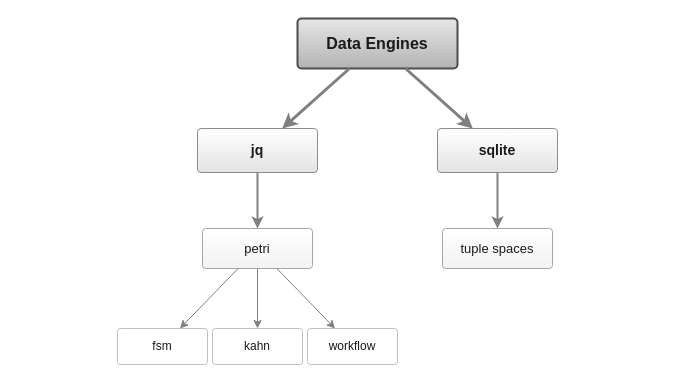
Robot-Wranglers/ape-make keeps this draw.io diagram as docs/img/data-engines.drawio. Above is the earlier version. Source tidied: cells renumbered, new cells numbered last; positions are measured from the earlier drawing's top-left corner, leaving out a move shared by most shapes. Both pictures are drawn from the tidied source at 100%, with x=0, y=0 at pixel (117, 18).
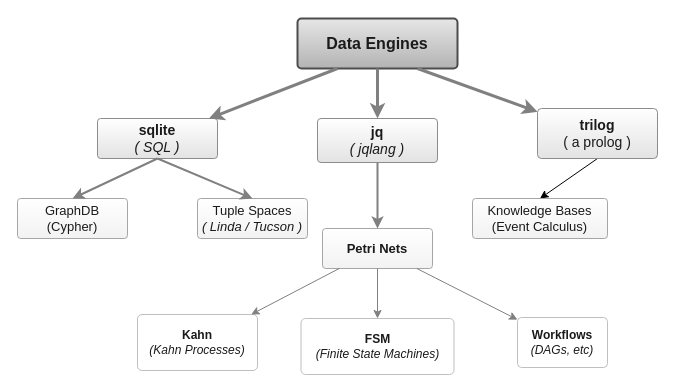
After the change.

The change refers to these unchanged cells:
```xml
<mxCell id="2" value="&lt;b&gt;Data Engines&lt;/b&gt;" style="rounded=1;arcSize=8;whiteSpace=wrap;html=1;fillColor=#E6E6E6;gradientColor=#B3B3B3;strokeColor=#4D4D4D;fontColor=#1a1a1a;fontSize=16;strokeWidth=2;" parent="1" vertex="1">
  <mxGeometry x="180" width="160" height="50" as="geometry" />
</mxCell>
```

Diff of the diagram source:
```diff
@@
-    <mxCell id="3" value="&lt;b&gt;jq&lt;/b&gt;" style="rounded=1;arcSize=8;whiteSpace=wrap;html=1;fillColor=#FFFFFF;gradientColor=#E3E3E3;strokeColor=#8C8C8C;fontColor=#1a1a1a;fontSize=14;" parent="1" vertex="1">
-      <mxGeometry x="80" y="110" width="120" height="44" as="geometry" />
+    <mxCell id="3" value="&lt;b&gt;jq&lt;/b&gt;&lt;div&gt;&lt;i&gt;( jqlang )&lt;/i&gt;&lt;/div&gt;" style="rounded=1;arcSize=8;whiteSpace=wrap;html=1;fillColor=#FFFFFF;gradientColor=#E3E3E3;strokeColor=#8C8C8C;fontColor=#1a1a1a;fontSize=14;" parent="1" vertex="1">
+      <mxGeometry x="200" y="100" width="120" height="44" as="geometry" />
     </mxCell>
-    <mxCell id="4" value="&lt;b&gt;sqlite&lt;/b&gt;" style="rounded=1;arcSize=8;whiteSpace=wrap;html=1;fillColor=#FFFFFF;gradientColor=#E3E3E3;strokeColor=#8C8C8C;fontColor=#1a1a1a;fontSize=14;" parent="1" vertex="1">
-      <mxGeometry x="320" y="110" width="120" height="44" as="geometry" />
+    <mxCell id="4" value="&lt;b&gt;sqlite&lt;/b&gt;&lt;div&gt;&lt;i&gt;( SQL )&lt;/i&gt;&lt;/div&gt;" style="rounded=1;arcSize=8;whiteSpace=wrap;html=1;fillColor=#FFFFFF;gradientColor=#E3E3E3;strokeColor=#8C8C8C;fontColor=#1a1a1a;fontSize=14;" parent="1" vertex="1">
+      <mxGeometry x="-20" y="100" width="120" height="40" as="geometry" />
     </mxCell>
+    <mxCell id="17" style="edgeStyle=none;html=1;exitX=0.5;exitY=1;exitDx=0;exitDy=0;entryX=0.5;entryY=0;entryDx=0;entryDy=0;" parent="1" edge="1" source="18" target="20">
+      <mxGeometry relative="1" as="geometry" />
+    </mxCell>
+    <mxCell id="18" value="&lt;b&gt;trilog&lt;/b&gt;&lt;div&gt;( a prolog )&lt;/div&gt;" style="rounded=1;arcSize=8;whiteSpace=wrap;html=1;fillColor=#FFFFFF;gradientColor=#E3E3E3;strokeColor=#8C8C8C;fontColor=#1a1a1a;fontSize=14;" parent="1" vertex="1">
+      <mxGeometry x="420" y="90" width="120" height="50" as="geometry" />
+    </mxCell>
-    <mxCell id="5" value="petri" style="rounded=1;arcSize=8;whiteSpace=wrap;html=1;fillColor=#FFFFFF;gradientColor=#F2F2F2;strokeColor=#A6A6A6;fontColor=#1a1a1a;fontSize=13;" parent="1" vertex="1">
-      <mxGeometry x="85" y="210" width="110" height="40" as="geometry" />
+    <mxCell id="5" value="&lt;b&gt;Petri Nets&lt;/b&gt;" style="rounded=1;arcSize=8;whiteSpace=wrap;html=1;fillColor=#FFFFFF;gradientColor=#F2F2F2;strokeColor=#A6A6A6;fontColor=#1a1a1a;fontSize=13;" parent="1" vertex="1">
+      <mxGeometry x="205" y="210" width="110" height="40" as="geometry" />
     </mxCell>
-    <mxCell id="6" value="tuple spaces" style="rounded=1;arcSize=8;whiteSpace=wrap;html=1;fillColor=#FFFFFF;gradientColor=#F2F2F2;strokeColor=#A6A6A6;fontColor=#1a1a1a;fontSize=13;" parent="1" vertex="1">
-      <mxGeometry x="325" y="210" width="110" height="40" as="geometry" />
+    <mxCell id="6" value="Tuple Spaces&lt;div&gt;&lt;i&gt;( Linda / Tucson )&lt;/i&gt;&lt;/div&gt;" style="rounded=1;arcSize=8;whiteSpace=wrap;html=1;fillColor=#FFFFFF;gradientColor=#F2F2F2;strokeColor=#A6A6A6;fontColor=#1a1a1a;fontSize=13;" parent="1" vertex="1">
+      <mxGeometry x="80" y="180" width="110" height="40" as="geometry" />
     </mxCell>
-    <mxCell id="7" value="fsm" style="rounded=1;arcSize=8;whiteSpace=wrap;html=1;fillColor=#FFFFFF;strokeColor=#BFBFBF;fontColor=#1a1a1a;fontSize=12;" parent="1" vertex="1">
-      <mxGeometry y="310" width="90" height="36" as="geometry" />
+    <mxCell id="7" value="&lt;b&gt;FSM&lt;/b&gt;&lt;div&gt;&lt;i&gt;(Finite State Machines)&lt;/i&gt;&lt;/div&gt;" style="rounded=1;arcSize=8;whiteSpace=wrap;html=1;fillColor=#FFFFFF;strokeColor=#BFBFBF;fontColor=#1a1a1a;fontSize=12;" parent="1" vertex="1">
+      <mxGeometry x="183.5" y="300" width="153" height="56" as="geometry" />
     </mxCell>
-    <mxCell id="8" value="kahn" style="rounded=1;arcSize=8;whiteSpace=wrap;html=1;fillColor=#FFFFFF;strokeColor=#BFBFBF;fontColor=#1a1a1a;fontSize=12;" parent="1" vertex="1">
-      <mxGeometry x="95" y="310" width="90" height="36" as="geometry" />
+    <mxCell id="8" value="&lt;b style=&quot;&quot;&gt;Kahn&lt;/b&gt;&lt;div&gt;&lt;i&gt;(Kahn Processes)&lt;/i&gt;&lt;/div&gt;" style="rounded=1;arcSize=8;whiteSpace=wrap;html=1;fillColor=#FFFFFF;strokeColor=#BFBFBF;fontColor=#1a1a1a;fontSize=12;" parent="1" vertex="1">
+      <mxGeometry x="20" y="296" width="120" height="56" as="geometry" />
     </mxCell>
-    <mxCell id="9" value="workflow" style="rounded=1;arcSize=8;whiteSpace=wrap;html=1;fillColor=#FFFFFF;strokeColor=#BFBFBF;fontColor=#1a1a1a;fontSize=12;" parent="1" vertex="1">
-      <mxGeometry x="190" y="310" width="90" height="36" as="geometry" />
+    <mxCell id="9" value="&lt;b&gt;Workflows&lt;/b&gt;&lt;div&gt;&lt;i&gt;(DAGs, etc)&lt;/i&gt;&lt;/div&gt;" style="rounded=1;arcSize=8;whiteSpace=wrap;html=1;fillColor=#FFFFFF;strokeColor=#BFBFBF;fontColor=#1a1a1a;fontSize=12;" parent="1" vertex="1">
+      <mxGeometry x="400" y="299" width="90" height="50" as="geometry" />
     </mxCell>
@@
-    <mxCell id="11" style="html=1;endArrow=classic;strokeColor=#808080;strokeWidth=3;rounded=1;" parent="1" edge="1" source="2" target="4">
+    <mxCell id="11" style="html=1;endArrow=classic;strokeColor=#808080;strokeWidth=3;rounded=1;exitX=0.25;exitY=1;exitDx=0;exitDy=0;" parent="1" edge="1" source="2" target="4">
       <mxGeometry relative="1" as="geometry" />
     </mxCell>
+    <mxCell id="19" style="html=1;endArrow=classic;strokeColor=#808080;strokeWidth=3;rounded=1;exitX=0.75;exitY=1;exitDx=0;exitDy=0;" parent="1" edge="1" source="2" target="18">
+      <mxGeometry relative="1" as="geometry" />
+    </mxCell>
@@
-    <mxCell id="13" style="html=1;endArrow=classic;strokeColor=#808080;strokeWidth=2;rounded=1;" parent="1" edge="1" source="4" target="6">
+    <mxCell id="13" style="html=1;endArrow=classic;strokeColor=#808080;strokeWidth=2;rounded=1;entryX=0.5;entryY=0;entryDx=0;entryDy=0;exitX=0.5;exitY=1;exitDx=0;exitDy=0;" parent="1" edge="1" source="4" target="6">
       <mxGeometry relative="1" as="geometry" />
     </mxCell>
@@
+    <mxCell id="20" value="Knowledge Bases&lt;div&gt;(Event Calculus)&lt;/div&gt;" style="rounded=1;arcSize=8;whiteSpace=wrap;html=1;fillColor=#FFFFFF;gradientColor=#F2F2F2;strokeColor=#A6A6A6;fontColor=#1a1a1a;fontSize=13;" parent="1" vertex="1">
+      <mxGeometry x="355" y="180" width="135" height="40" as="geometry" />
+    </mxCell>
+    <mxCell id="21" value="GraphDB&lt;div&gt;(Cypher)&lt;/div&gt;" style="rounded=1;arcSize=8;whiteSpace=wrap;html=1;fillColor=#FFFFFF;gradientColor=#F2F2F2;strokeColor=#A6A6A6;fontColor=#1a1a1a;fontSize=13;" parent="1" vertex="1">
+      <mxGeometry x="-100" y="180" width="110" height="40" as="geometry" />
+    </mxCell>
+    <mxCell id="22" style="html=1;endArrow=classic;strokeColor=#808080;strokeWidth=2;rounded=1;entryX=0.5;entryY=0;entryDx=0;entryDy=0;exitX=0.5;exitY=1;exitDx=0;exitDy=0;" parent="1" edge="1" source="4" target="21">
+      <mxGeometry relative="1" as="geometry" />
+    </mxCell>
```
